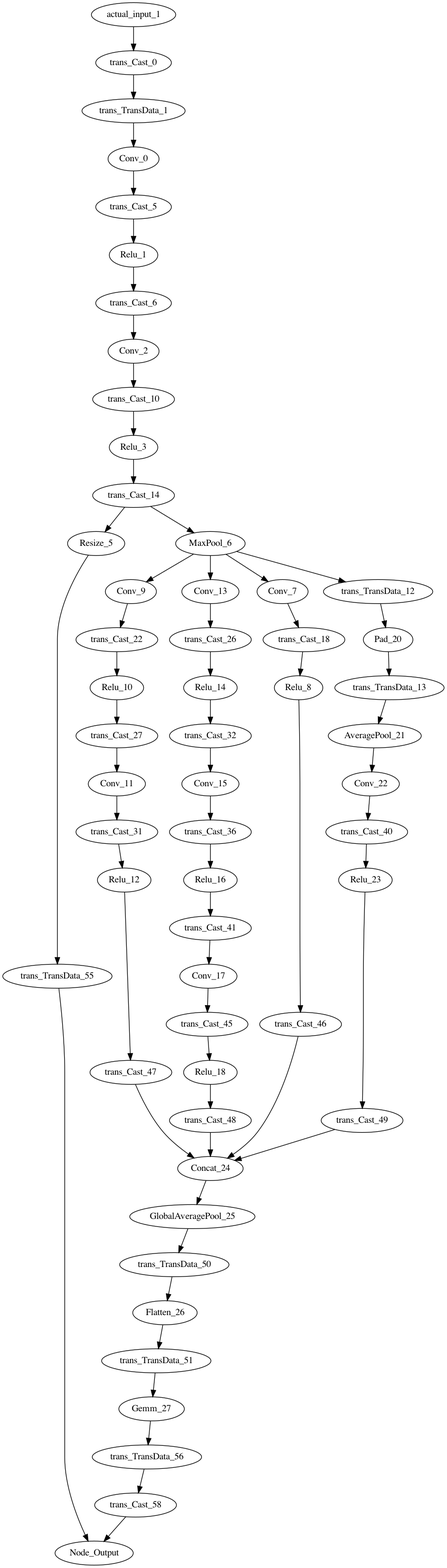
This is mnn/models/dfmodel2/dfmodel2.png from summerspringwei/DAG-Scheduler, a Graphviz export, as it was before one commit. Its source is kept beside it as mnn/models/dfmodel2/dfmodel2.dot. Source of this version:
```dot
digraph G {
"actual_input_1"->"trans_Cast_0";
"actual_input_1" [weight=1000.0];
"trans_Cast_0"->"trans_TransData_1";
"trans_Cast_0" [weight=3.623625];
"trans_TransData_1"->"Conv_0";
"trans_TransData_1" [weight=1000.0];
"Conv_0"->"trans_Cast_5";
"Conv_0" [weight=1000.0];
"trans_Cast_5"->"Relu_1";
"trans_Cast_5" [weight=7.98245];
"Relu_1"->"trans_Cast_6";
"Relu_1" [weight=2.321561];
"trans_Cast_6"->"Conv_2";
"trans_Cast_6" [weight=9.042710999999999];
"Conv_2"->"trans_Cast_10";
"Conv_2" [weight=1000.0];
"trans_Cast_10"->"Relu_3";
"trans_Cast_10" [weight=44.952869];
"Relu_3"->"trans_Cast_14";
"Relu_3" [weight=11.990863];
"trans_Cast_14"->"Resize_5";
"trans_Cast_14"->"MaxPool_6";
"trans_Cast_14" [weight=50.739346];
"Resize_5"->"trans_TransData_55";
"Resize_5" [weight=1000.0];
"trans_TransData_55"->"Node_Output";
"trans_TransData_55" [weight=1000.0];
"MaxPool_6"->"Conv_9";
"MaxPool_6"->"Conv_13";
"MaxPool_6"->"Conv_7";
"MaxPool_6"->"trans_TransData_12";
"MaxPool_6" [weight=1000.0];
"Conv_7"->"trans_Cast_18";
"Conv_7" [weight=1000.0];
"trans_Cast_18"->"Relu_8";
"trans_Cast_18" [weight=4.163123];
"Relu_8"->"trans_Cast_46";
"Relu_8" [weight=1.01431];
"trans_Cast_46"->"Concat_24";
"trans_Cast_46" [weight=4.473849];
"Conv_9"->"trans_Cast_22";
"Conv_9" [weight=1000.0];
"trans_Cast_22"->"Relu_10";
"trans_Cast_22" [weight=3.062252];
"Relu_10"->"trans_Cast_27";
"Relu_10" [weight=0.9511860000000001];
"trans_Cast_27"->"Conv_11";
"trans_Cast_27" [weight=3.405367];
"Conv_11"->"trans_Cast_31";
"Conv_11" [weight=1000.0];
"trans_Cast_31"->"Relu_12";
"trans_Cast_31" [weight=3.959948];
"Relu_12"->"trans_Cast_47";
"Relu_12" [weight=1.069622];
"trans_Cast_47"->"Concat_24";
"trans_Cast_47" [weight=4.437769];
"Conv_13"->"trans_Cast_26";
"Conv_13" [weight=1000.0];
"trans_Cast_26"->"Relu_14";
"trans_Cast_26" [weight=3.960465];
"Relu_14"->"trans_Cast_32";
"Relu_14" [weight=1.172];
"trans_Cast_32"->"Conv_15";
"trans_Cast_32" [weight=4.448162999999999];
"Conv_15"->"trans_Cast_36";
"Conv_15" [weight=1000.0];
"trans_Cast_36"->"Relu_16";
"trans_Cast_36" [weight=5.7903];
"Relu_16"->"trans_Cast_41";
"Relu_16" [weight=1.5918599999999998];
"trans_Cast_41"->"Conv_17";
"trans_Cast_41" [weight=6.555283];
"Conv_17"->"trans_Cast_45";
"Conv_17" [weight=1000.0];
"trans_Cast_45"->"Relu_18";
"trans_Cast_45" [weight=5.840033999999999];
"Relu_18"->"trans_Cast_48";
"Relu_18" [weight=1.6453959999999999];
"trans_Cast_48"->"Concat_24";
"trans_Cast_48" [weight=6.5583990000000005];
"trans_TransData_12"->"Pad_20";
"trans_TransData_12" [weight=1000.0];
"Pad_20"->"trans_TransData_13";
"Pad_20" [weight=1000.0];
"trans_TransData_13"->"AveragePool_21";
"trans_TransData_13" [weight=1000.0];
"AveragePool_21"->"Conv_22";
"AveragePool_21" [weight=1000.0];
"Conv_22"->"trans_Cast_40";
"Conv_22" [weight=1000.0];
"trans_Cast_40"->"Relu_23";
"trans_Cast_40" [weight=2.1653270000000004];
"Relu_23"->"trans_Cast_49";
"Relu_23" [weight=0.553234];
"trans_Cast_49"->"Concat_24";
"trans_Cast_49" [weight=2.325566];
"Concat_24"->"GlobalAveragePool_25";
"Concat_24" [weight=1000.0];
"GlobalAveragePool_25"->"trans_TransData_50";
"GlobalAveragePool_25" [weight=1000.0];
"trans_TransData_50"->"Flatten_26";
"trans_TransData_50" [weight=1000.0];
"Flatten_26"->"trans_TransData_51";
"Flatten_26" [weight=1000.0];
"trans_TransData_51"->"Gemm_27";
"trans_TransData_51" [weight=1000.0];
"Gemm_27"->"trans_TransData_56";
"Gemm_27" [weight=1000.0];
"trans_TransData_56"->"trans_Cast_58";
"trans_TransData_56" [weight=1000.0];
"trans_Cast_58"->"Node_Output";
"trans_Cast_58" [weight=0.282726];
"Node_Output" [weight=0.0];
}
```
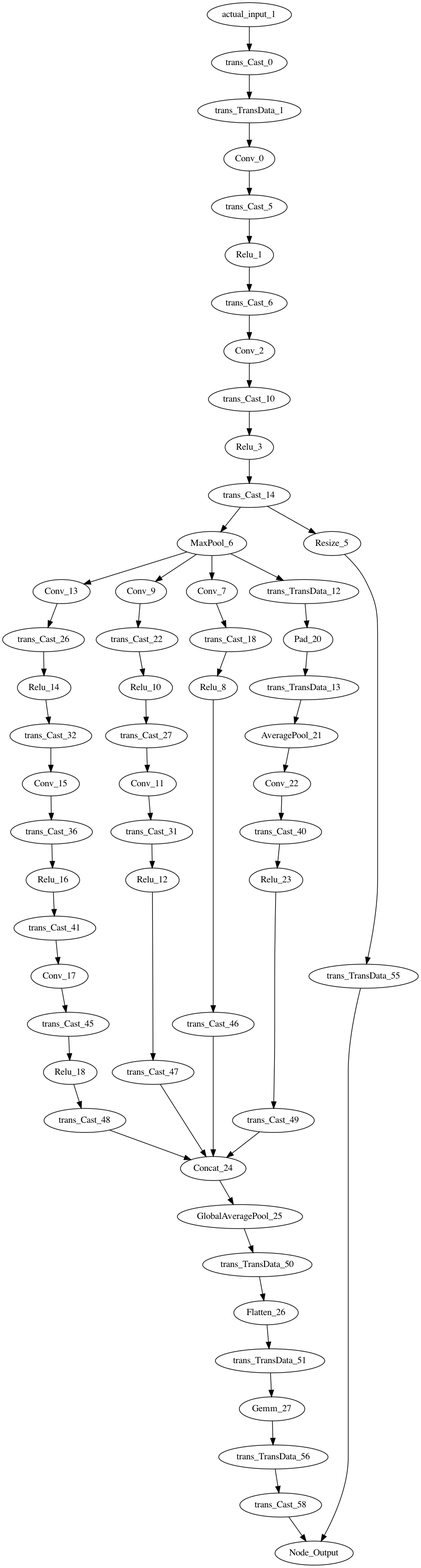
After the commit.

Diff of the diagram source:
```diff
@@ -19,15 +19,15 @@
 "trans_Cast_10" [weight=44.952869];
 "Relu_3"->"trans_Cast_14";
 "Relu_3" [weight=11.990863];
+"trans_Cast_14"->"MaxPool_6";
 "trans_Cast_14"->"Resize_5";
-"trans_Cast_14"->"MaxPool_6";
 "trans_Cast_14" [weight=50.739346];
 "Resize_5"->"trans_TransData_55";
 "Resize_5" [weight=1000.0];
 "trans_TransData_55"->"Node_Output";
 "trans_TransData_55" [weight=1000.0];
+"MaxPool_6"->"Conv_13";
 "MaxPool_6"->"Conv_9";
-"MaxPool_6"->"Conv_13";
 "MaxPool_6"->"Conv_7";
 "MaxPool_6"->"trans_TransData_12";
 "MaxPool_6" [weight=1000.0];
```
